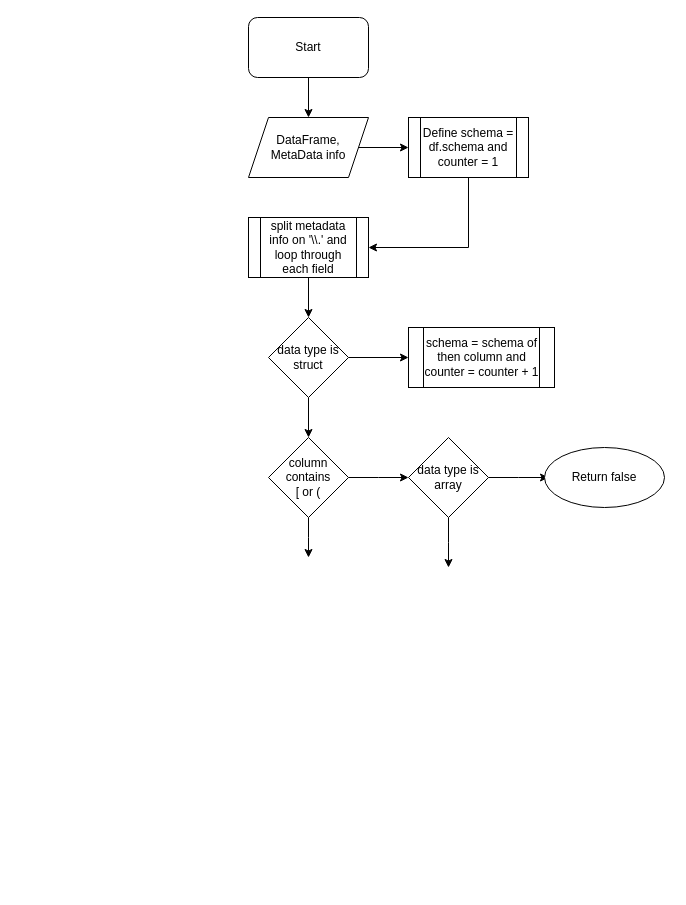
praneethsai83/GenericProcessing keeps this draw.io diagram as column_validation.drawio. Above is the earlier version. Source tidied: cells renumbered, new cells numbered last; positions are measured from the earlier drawing's top-left corner, leaving out a move shared by most shapes. Both pictures are drawn from the tidied source at 100%, with x=0, y=0 at pixel (248, 17).
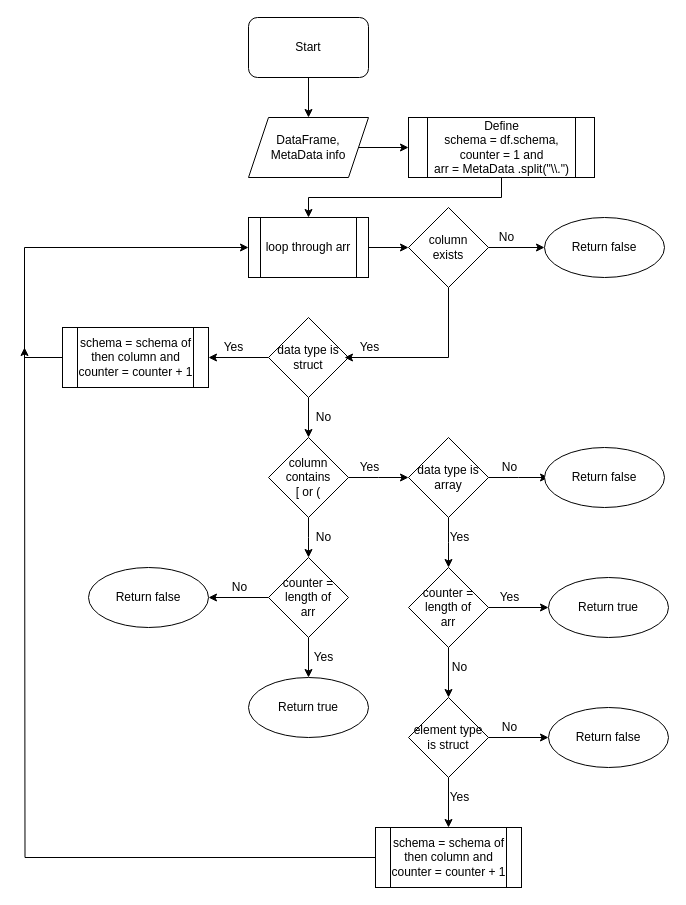
The same diagram, later.

Unchanged cells that the change refers to:
```xml
<mxCell id="10" value="data type is struct" style="rhombus;whiteSpace=wrap;html=1;" parent="1" vertex="1">
  <mxGeometry x="20" y="300" width="80" height="80" as="geometry" />
</mxCell>
```

The edit, as a diff of the source:
```diff
@@
-    <mxCell id="6" style="edgeStyle=orthogonalEdgeStyle;rounded=0;jettySize=auto;html=1;" parent="1" edge="1" source="7" target="10">
-      <mxGeometry relative="1" as="geometry" />
-    </mxCell>
+    <mxCell id="21" style="edgeStyle=orthogonalEdgeStyle;rounded=0;jettySize=auto;html=1;" parent="1" edge="1" source="7" target="52">
+      <mxGeometry relative="1" as="geometry" />
+    </mxCell>
-    <mxCell id="7" value="split metadata info on '\\.' and loop through each field" style="shape=process;whiteSpace=wrap;html=1;backgroundOutline=1;" parent="1" vertex="1">
+    <mxCell id="7" value="loop through arr" style="shape=process;whiteSpace=wrap;html=1;backgroundOutline=1;" parent="1" vertex="1">
       <mxGeometry y="200" width="120" height="60" as="geometry" />
     </mxCell>
@@
+    <mxCell id="22" style="edgeStyle=orthogonalEdgeStyle;rounded=0;jettySize=auto;html=1;entryX=0;entryY=0.5;entryDx=0;entryDy=0;" parent="1" edge="1" source="14" target="7">
+      <mxGeometry relative="1" as="geometry">
+        <Array as="points">
+          <mxPoint x="-224" y="340" />
+          <mxPoint x="-224" y="230" />
+        </Array>
+      </mxGeometry>
+    </mxCell>
     <mxCell id="14" value="schema = schema of then column and counter = counter + 1" style="shape=process;whiteSpace=wrap;html=1;backgroundOutline=1;" parent="1" vertex="1">
-      <mxGeometry x="160" y="310" width="146" height="60" as="geometry" />
+      <mxGeometry x="-186" y="310" width="146" height="60" as="geometry" />
     </mxCell>
-    <mxCell id="15" style="edgeStyle=orthogonalEdgeStyle;rounded=0;jettySize=auto;html=1;entryX=1;entryY=0.5;entryDx=0;entryDy=0;" parent="1" edge="1" source="16" target="7">
+    <mxCell id="15" style="edgeStyle=orthogonalEdgeStyle;rounded=0;jettySize=auto;html=1;" parent="1" edge="1" source="16">
       <mxGeometry relative="1" as="geometry">
+        <mxPoint x="60" y="200" as="targetPoint" />
         <Array as="points">
-          <mxPoint x="220" y="230" />
+          <mxPoint x="253" y="180" />
+          <mxPoint x="60" y="180" />
         </Array>
       </mxGeometry>
     </mxCell>
-    <mxCell id="16" value="Define schema = df.schema and counter = 1" style="shape=process;whiteSpace=wrap;html=1;backgroundOutline=1;" parent="1" vertex="1">
-      <mxGeometry x="160" y="100" width="120" height="60" as="geometry" />
+    <mxCell id="16" value="Define &lt;br&gt;schema = df.schema, counter = 1 and&lt;br&gt;arr = MetaData&amp;nbsp;.split(&quot;\\.&quot;)" style="shape=process;whiteSpace=wrap;html=1;backgroundOutline=1;" parent="1" vertex="1">
+      <mxGeometry x="160" y="100" width="186" height="60" as="geometry" />
     </mxCell>
@@
+    <mxCell id="23" style="edgeStyle=orthogonalEdgeStyle;rounded=0;jettySize=auto;html=1;" parent="1" edge="1" source="25" target="26">
+      <mxGeometry relative="1" as="geometry" />
+    </mxCell>
+    <mxCell id="24" style="edgeStyle=orthogonalEdgeStyle;rounded=0;jettySize=auto;html=1;" parent="1" edge="1" source="25" target="29">
+      <mxGeometry relative="1" as="geometry" />
+    </mxCell>
+    <mxCell id="25" value="counter = length of &lt;br&gt;arr" style="rhombus;whiteSpace=wrap;html=1;" parent="1" vertex="1">
+      <mxGeometry x="160" y="550" width="80" height="80" as="geometry" />
+    </mxCell>
+    <mxCell id="26" value="Return true" style="ellipse;whiteSpace=wrap;html=1;" parent="1" vertex="1">
+      <mxGeometry x="300" y="560" width="120" height="60" as="geometry" />
+    </mxCell>
+    <mxCell id="27" style="edgeStyle=orthogonalEdgeStyle;rounded=0;jettySize=auto;html=1;" parent="1" edge="1" source="29" target="30">
+      <mxGeometry relative="1" as="geometry" />
+    </mxCell>
+    <mxCell id="28" style="edgeStyle=orthogonalEdgeStyle;rounded=0;jettySize=auto;html=1;" parent="1" edge="1" source="29" target="32">
+      <mxGeometry relative="1" as="geometry" />
+    </mxCell>
+    <mxCell id="29" value="element type is struct" style="rhombus;whiteSpace=wrap;html=1;" parent="1" vertex="1">
+      <mxGeometry x="160" y="680" width="80" height="80" as="geometry" />
+    </mxCell>
+    <mxCell id="30" value="Return false" style="ellipse;whiteSpace=wrap;html=1;" parent="1" vertex="1">
+      <mxGeometry x="300" y="690" width="120" height="60" as="geometry" />
+    </mxCell>
+    <mxCell id="31" style="edgeStyle=orthogonalEdgeStyle;rounded=0;jettySize=auto;html=1;" parent="1" edge="1" source="32">
+      <mxGeometry relative="1" as="geometry">
+        <mxPoint x="-224" y="330" as="targetPoint" />
+      </mxGeometry>
+    </mxCell>
+    <mxCell id="32" value="schema = schema of then column and counter = counter + 1" style="shape=process;whiteSpace=wrap;html=1;backgroundOutline=1;" parent="1" vertex="1">
+      <mxGeometry x="127" y="810" width="146" height="60" as="geometry" />
+    </mxCell>
+    <mxCell id="33" style="edgeStyle=orthogonalEdgeStyle;rounded=0;jettySize=auto;html=1;" parent="1" edge="1" source="35" target="36">
+      <mxGeometry relative="1" as="geometry" />
+    </mxCell>
+    <mxCell id="34" style="edgeStyle=orthogonalEdgeStyle;rounded=0;jettySize=auto;html=1;" parent="1" edge="1" source="35" target="37">
+      <mxGeometry relative="1" as="geometry" />
+    </mxCell>
+    <mxCell id="35" value="counter = length of &lt;br&gt;arr" style="rhombus;whiteSpace=wrap;html=1;" parent="1" vertex="1">
+      <mxGeometry x="20" y="540" width="80" height="80" as="geometry" />
+    </mxCell>
+    <mxCell id="36" value="Return false" style="ellipse;whiteSpace=wrap;html=1;" parent="1" vertex="1">
+      <mxGeometry x="-160" y="550" width="120" height="60" as="geometry" />
+    </mxCell>
+    <mxCell id="37" value="Return true" style="ellipse;whiteSpace=wrap;html=1;" parent="1" vertex="1">
+      <mxGeometry y="660" width="120" height="60" as="geometry" />
+    </mxCell>
+    <mxCell id="38" value="Yes" style="text;html=1;align=center;verticalAlign=middle;strokeColor=none;" parent="1" vertex="1">
+      <mxGeometry x="-30" y="320" width="30" height="20" as="geometry" />
+    </mxCell>
+    <mxCell id="39" value="Yes" style="text;html=1;align=center;verticalAlign=middle;strokeColor=none;" parent="1" vertex="1">
+      <mxGeometry x="106" y="440" width="30" height="20" as="geometry" />
+    </mxCell>
+    <mxCell id="40" value="Yes" style="text;html=1;align=center;verticalAlign=middle;strokeColor=none;" parent="1" vertex="1">
+      <mxGeometry x="196" y="510" width="30" height="20" as="geometry" />
+    </mxCell>
+    <mxCell id="41" value="No" style="text;html=1;align=center;verticalAlign=middle;strokeColor=none;" parent="1" vertex="1">
+      <mxGeometry x="60" y="390" width="30" height="20" as="geometry" />
+    </mxCell>
+    <mxCell id="42" value="No" style="text;html=1;align=center;verticalAlign=middle;strokeColor=none;" parent="1" vertex="1">
+      <mxGeometry x="246" y="440" width="30" height="20" as="geometry" />
+    </mxCell>
+    <mxCell id="43" value="No" style="text;html=1;align=center;verticalAlign=middle;strokeColor=none;" parent="1" vertex="1">
+      <mxGeometry x="60" y="510" width="30" height="20" as="geometry" />
+    </mxCell>
+    <mxCell id="44" value="No" style="text;html=1;align=center;verticalAlign=middle;strokeColor=none;" parent="1" vertex="1">
+      <mxGeometry x="196" y="640" width="30" height="20" as="geometry" />
+    </mxCell>
+    <mxCell id="45" value="Yes" style="text;html=1;align=center;verticalAlign=middle;strokeColor=none;" parent="1" vertex="1">
+      <mxGeometry x="246" y="570" width="30" height="20" as="geometry" />
+    </mxCell>
+    <mxCell id="46" value="No" style="text;html=1;align=center;verticalAlign=middle;strokeColor=none;" parent="1" vertex="1">
+      <mxGeometry x="246" y="700" width="30" height="20" as="geometry" />
+    </mxCell>
+    <mxCell id="47" value="Yes" style="text;html=1;align=center;verticalAlign=middle;strokeColor=none;" parent="1" vertex="1">
+      <mxGeometry x="196" y="770" width="30" height="20" as="geometry" />
+    </mxCell>
+    <mxCell id="48" value="No" style="text;html=1;align=center;verticalAlign=middle;strokeColor=none;" parent="1" vertex="1">
+      <mxGeometry x="-24" y="560" width="30" height="20" as="geometry" />
+    </mxCell>
+    <mxCell id="49" value="Yes" style="text;html=1;align=center;verticalAlign=middle;strokeColor=none;" parent="1" vertex="1">
+      <mxGeometry x="60" y="630" width="30" height="20" as="geometry" />
+    </mxCell>
+    <mxCell id="50" style="edgeStyle=orthogonalEdgeStyle;rounded=0;jettySize=auto;html=1;" parent="1" edge="1" source="52" target="53">
+      <mxGeometry relative="1" as="geometry" />
+    </mxCell>
+    <mxCell id="51" style="edgeStyle=orthogonalEdgeStyle;rounded=0;jettySize=auto;html=1;entryX=0.95;entryY=0.5;entryDx=0;entryDy=0;entryPerimeter=0;" parent="1" edge="1" source="52" target="10">
+      <mxGeometry relative="1" as="geometry">
+        <Array as="points">
+          <mxPoint x="200" y="340" />
+        </Array>
+      </mxGeometry>
+    </mxCell>
+    <mxCell id="52" value="column &lt;br&gt;exists" style="rhombus;whiteSpace=wrap;html=1;" parent="1" vertex="1">
+      <mxGeometry x="160" y="190" width="80" height="80" as="geometry" />
+    </mxCell>
+    <mxCell id="53" value="Return false" style="ellipse;whiteSpace=wrap;html=1;" parent="1" vertex="1">
+      <mxGeometry x="296" y="200" width="120" height="60" as="geometry" />
+    </mxCell>
+    <mxCell id="54" value="No" style="text;html=1;align=center;verticalAlign=middle;strokeColor=none;" parent="1" vertex="1">
+      <mxGeometry x="243" y="210" width="30" height="20" as="geometry" />
+    </mxCell>
+    <mxCell id="55" value="Yes" style="text;html=1;align=center;verticalAlign=middle;strokeColor=none;" parent="1" vertex="1">
+      <mxGeometry x="106" y="320" width="30" height="20" as="geometry" />
+    </mxCell>
```
